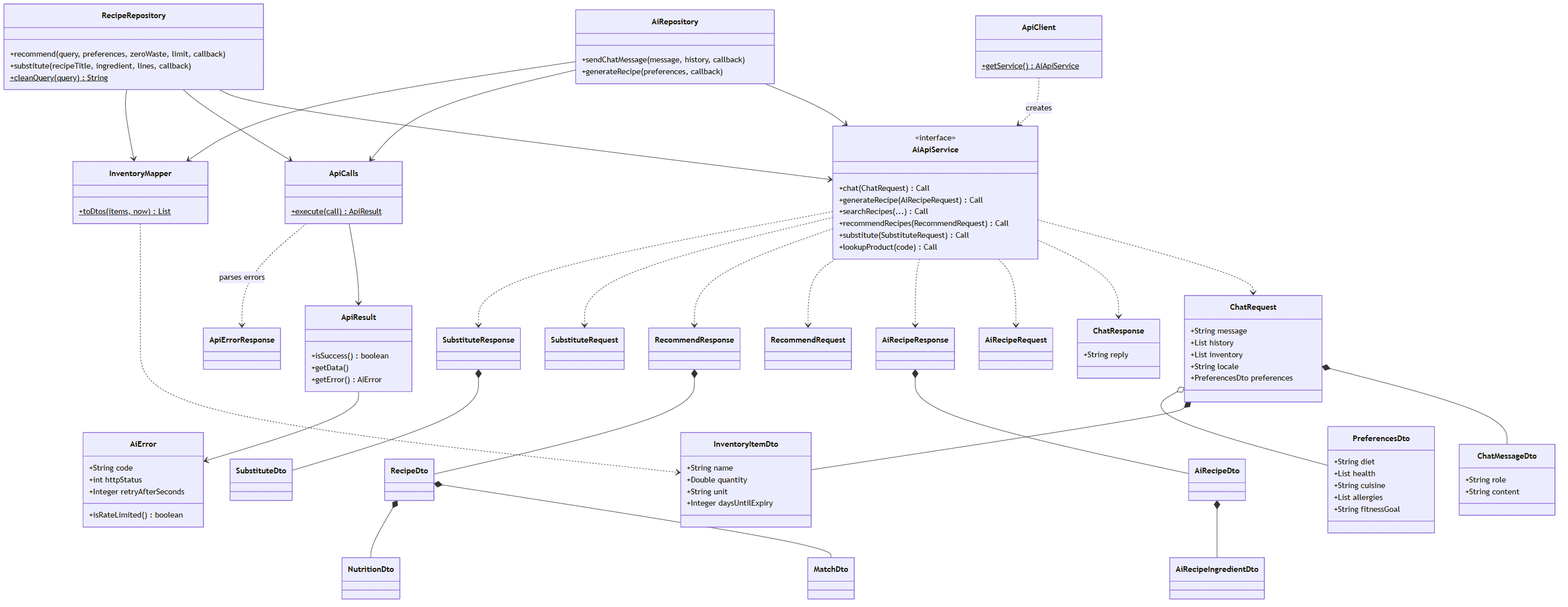
The Mermaid diagram docs/diagrams/img/04-ai-engine-05.png in HZohra/PantryWise-Group-Project, before a commit. Its source is kept beside it as docs/diagrams/src/04-ai-engine-05.mmd. Source of this version:
```mermaid
classDiagram
    class AiRepository {
        +sendChatMessage(message, history, callback)
        +generateRecipe(preferences, callback)
    }
    class RecipeRepository {
        +recommend(query, preferences, zeroWaste, limit, callback)
        +substitute(recipeTitle, ingredient, lines, callback)
        +cleanQuery(query)$ String
    }
    class AiApiService {
        <<interface>>
        +chat(ChatRequest) Call
        +generateRecipe(AiRecipeRequest) Call
        +searchRecipes(...) Call
        +recommendRecipes(RecommendRequest) Call
        +substitute(SubstituteRequest) Call
        +lookupProduct(code) Call
    }
    class ApiClient {
        +getService()$ AiApiService
    }
    class ApiCalls {
        +execute(call)$ ApiResult
    }
    class ApiResult {
        +isSuccess() boolean
        +getData()
        +getError() AiError
    }
    class AiError {
        +String code
        +int httpStatus
        +Integer retryAfterSeconds
        +isRateLimited() boolean
    }
    class InventoryMapper {
        +toDtos(items, now)$ List
    }
    class ChatRequest {
        +String message
        +List history
        +List inventory
        +String locale
        +PreferencesDto preferences
    }
    class ChatMessageDto {
        +String role
        +String content
    }
    class InventoryItemDto {
        +String name
        +Double quantity
        +String unit
        +Integer daysUntilExpiry
    }
    class PreferencesDto {
        +String diet
        +List health
        +String cuisine
        +List allergies
        +String fitnessGoal
    }
    class ChatResponse {
        +String reply
    }
    class AiRecipeRequest
    class AiRecipeResponse
    class AiRecipeDto
    class AiRecipeIngredientDto
    class RecommendRequest
    class RecommendResponse
    class RecipeDto
    class MatchDto
    class NutritionDto
    class SubstituteRequest
    class SubstituteResponse
    class SubstituteDto
    class ApiErrorResponse

    AiRepository --> AiApiService
    AiRepository --> ApiCalls
    AiRepository --> InventoryMapper
    RecipeRepository --> AiApiService
    RecipeRepository --> ApiCalls
    RecipeRepository --> InventoryMapper
    ApiClient ..> AiApiService : creates
    ApiCalls --> ApiResult
    ApiCalls ..> ApiErrorResponse : parses errors
    ApiResult --> AiError
    InventoryMapper ..> InventoryItemDto
    ChatRequest *-- ChatMessageDto
    ChatRequest *-- InventoryItemDto
    ChatRequest o-- PreferencesDto
    AiApiService ..> ChatRequest
    AiApiService ..> ChatResponse
    AiApiService ..> AiRecipeRequest
    AiApiService ..> AiRecipeResponse
    AiApiService ..> RecommendRequest
    AiApiService ..> RecommendResponse
    AiApiService ..> SubstituteRequest
    AiApiService ..> SubstituteResponse
    AiRecipeResponse *-- AiRecipeDto
    AiRecipeDto *-- AiRecipeIngredientDto
    RecommendResponse *-- RecipeDto
    RecipeDto *-- MatchDto
    RecipeDto *-- NutritionDto
    SubstituteResponse *-- SubstituteDto
```
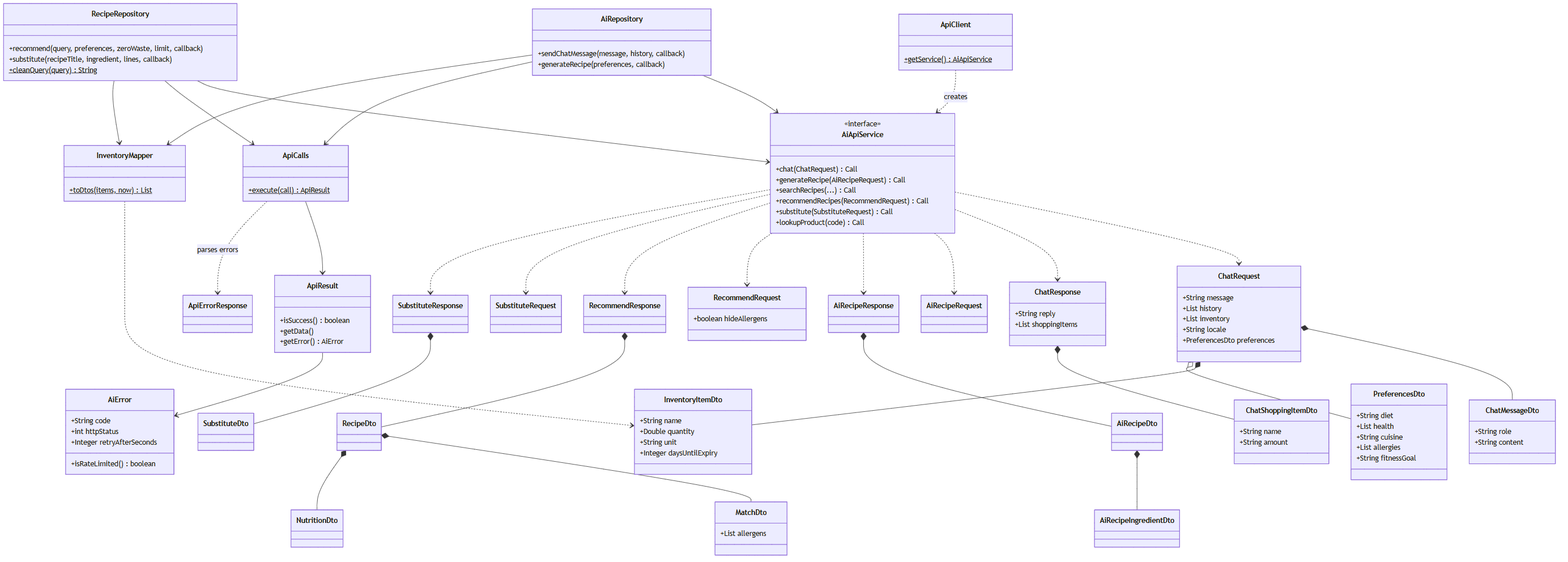
The same diagram one commit later.

What changed in the source:
```diff
@@ -63,15 +63,24 @@
     }
     class ChatResponse {
         +String reply
+        +List shoppingItems
+    }
+    class ChatShoppingItemDto {
+        +String name
+        +String amount
     }
     class AiRecipeRequest
     class AiRecipeResponse
     class AiRecipeDto
     class AiRecipeIngredientDto
-    class RecommendRequest
+    class RecommendRequest {
+        +boolean hideAllergens
+    }
     class RecommendResponse
     class RecipeDto
-    class MatchDto
+    class MatchDto {
+        +List allergens
+    }
     class NutritionDto
     class SubstituteRequest
     class SubstituteResponse
@@ -94,6 +103,7 @@
     ChatRequest o-- PreferencesDto
     AiApiService ..> ChatRequest
     AiApiService ..> ChatResponse
+    ChatResponse *-- ChatShoppingItemDto
     AiApiService ..> AiRecipeRequest
     AiApiService ..> AiRecipeResponse
     AiApiService ..> RecommendRequest
```
